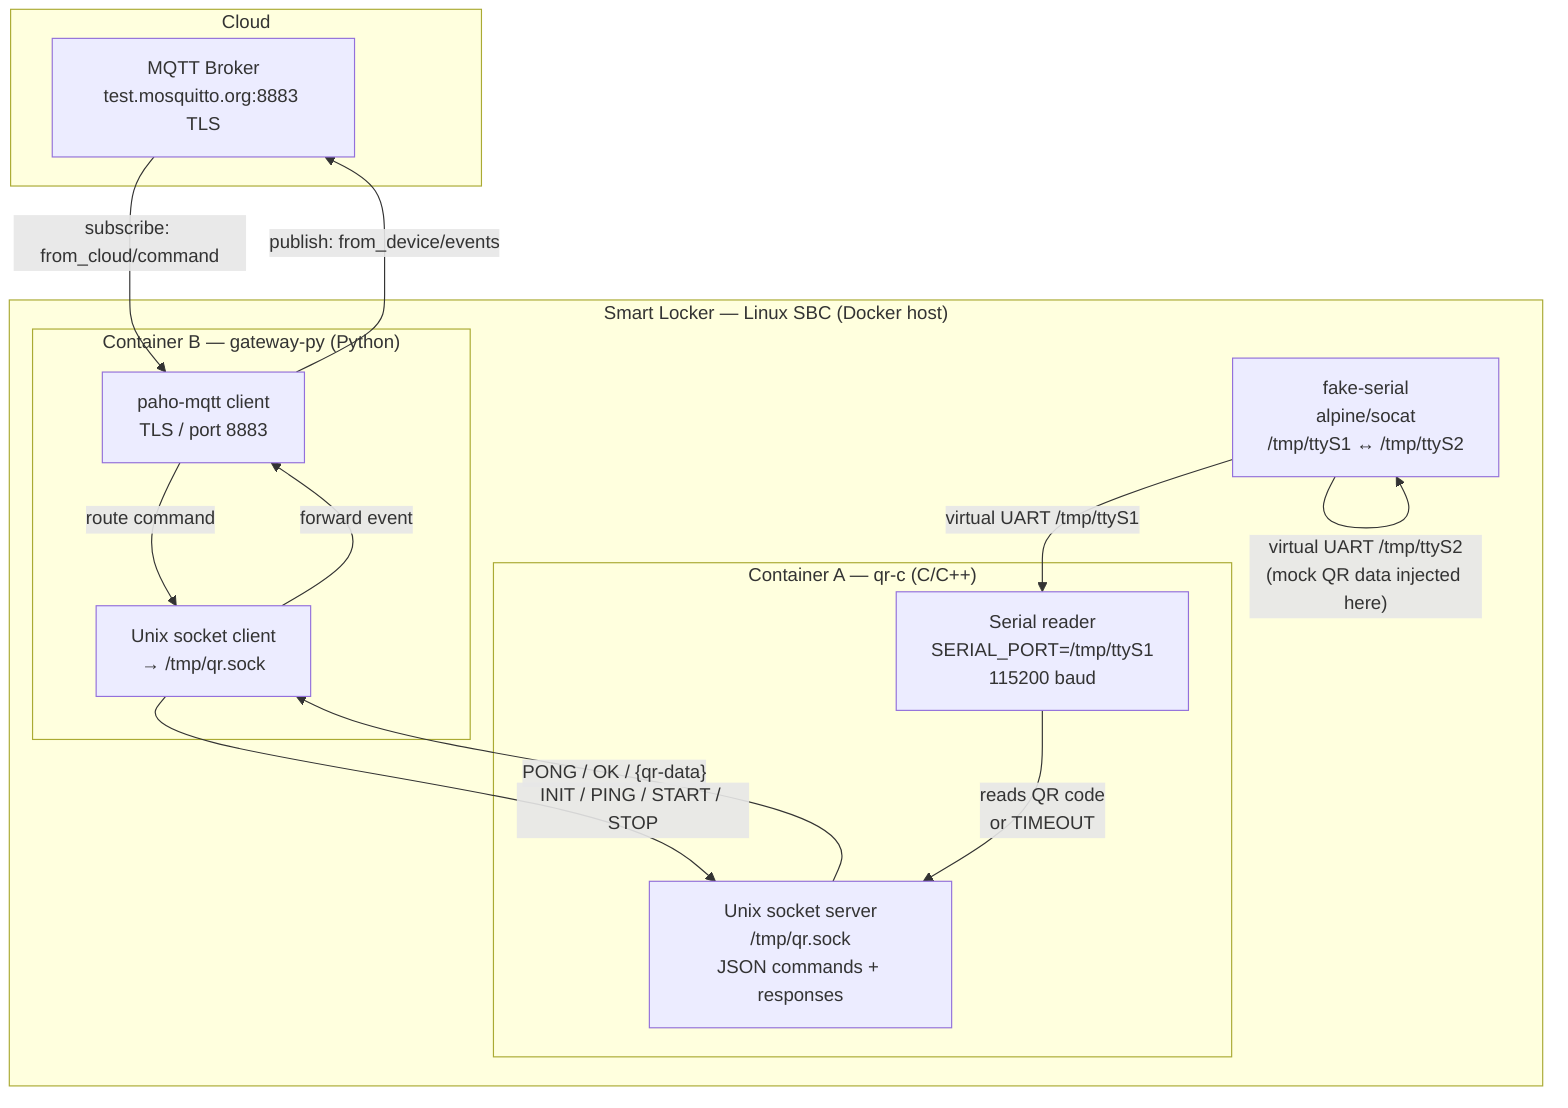
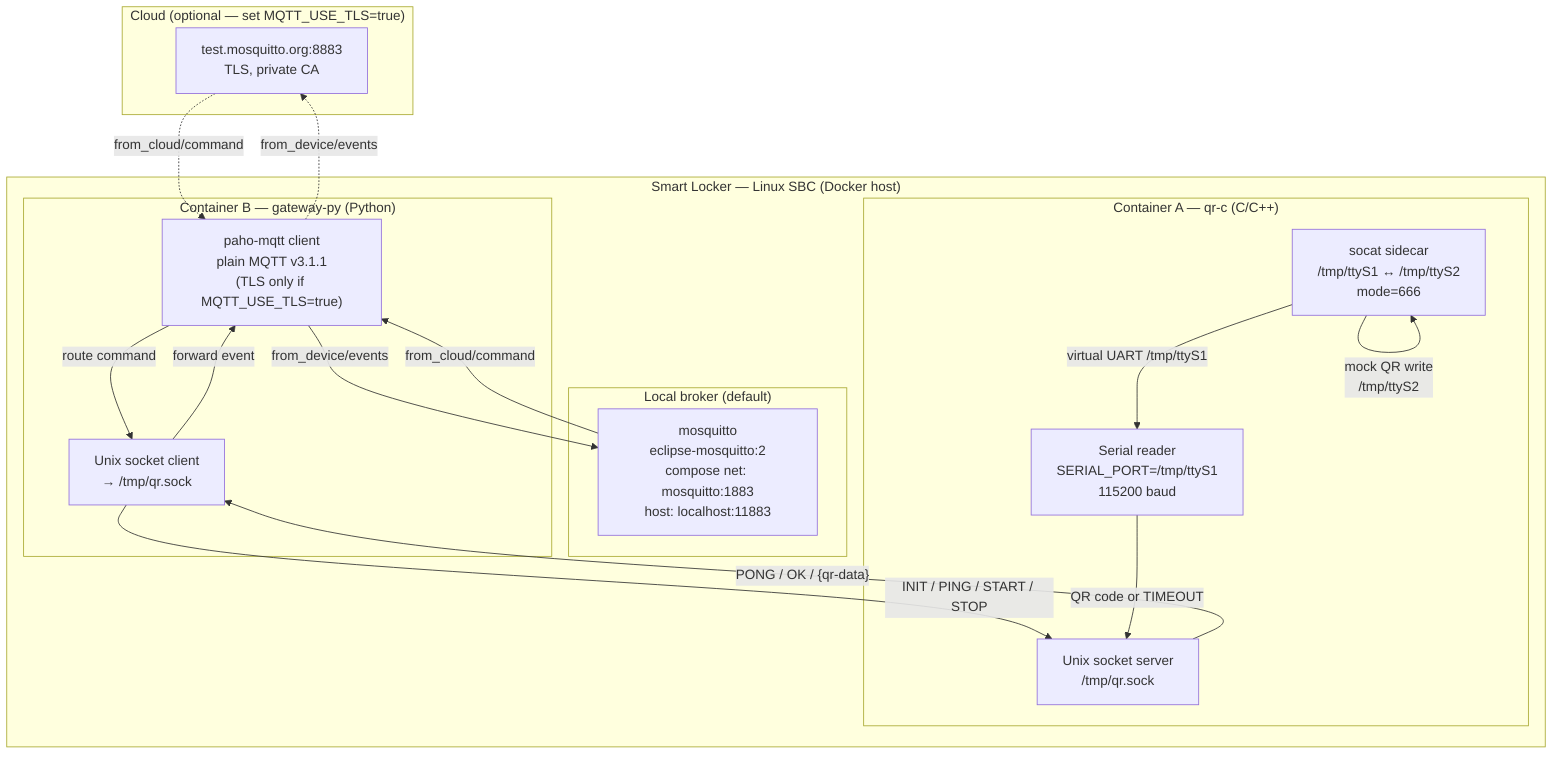
graph TD
-     subgraph cloud["Cloud"]
-         BROKER["MQTT Broker\ntest.mosquitto.org:8883 TLS"]
+     subgraph cloud["Cloud (optional — set MQTT_USE_TLS=true)"]
+         REMOTE["test.mosquitto.org:8883\nTLS, private CA"]
    end

    subgraph device["Smart Locker — Linux SBC (Docker host)"]
-         SOCAT["fake-serial\nalpine/socat\n/tmp/ttyS1 ↔ /tmp/ttyS2"]
+ 
+         subgraph broker_box["Local broker (default)"]
+             BROKER["mosquitto\neclipse-mosquitto:2\ncompose net: mosquitto:1883\nhost: localhost:11883"]
+         end

        subgraph ctnA["Container A — qr-c (C/C++)"]
+             SIDECAR["socat sidecar\n/tmp/ttyS1 ↔ /tmp/ttyS2\nmode=666"]
            SERIAL_RD["Serial reader\nSERIAL_PORT=/tmp/ttyS1\n115200 baud"]
-             SOCK_SRV["Unix socket server\n/tmp/qr.sock\nJSON commands + responses"]
+             SOCK_SRV["Unix socket server\n/tmp/qr.sock"]
        end

        subgraph ctnB["Container B — gateway-py (Python)"]
            SOCK_CLI["Unix socket client\n→ /tmp/qr.sock"]
-             MQTT_CLI["paho-mqtt client\nTLS / port 8883"]
+             MQTT_CLI["paho-mqtt client\nplain MQTT v3.1.1\n(TLS only if MQTT_USE_TLS=true)"]
        end
    end

-     BROKER -- "subscribe: from_cloud/command" --> MQTT_CLI
-     MQTT_CLI -- "publish: from_device/events" --> BROKER
+     BROKER -- "from_cloud/command" --> MQTT_CLI
+     MQTT_CLI -- "from_device/events" --> BROKER

-     SOCAT -- "virtual UART /tmp/ttyS1" --> SERIAL_RD
-     SOCAT -- "virtual UART /tmp/ttyS2\n(mock QR data injected here)" --> SOCAT
+     REMOTE -. "from_cloud/command" .-> MQTT_CLI
+     MQTT_CLI -. "from_device/events" .-> REMOTE
+ 
+     SIDECAR -- "virtual UART /tmp/ttyS1" --> SERIAL_RD
+     SIDECAR -- "mock QR write\n/tmp/ttyS2" --> SIDECAR

    SOCK_SRV -- "PONG / OK / {qr-data}" --> SOCK_CLI
    SOCK_CLI -- "INIT / PING / START / STOP" --> SOCK_SRV

    MQTT_CLI -- "route command" --> SOCK_CLI
    SOCK_CLI -- "forward event" --> MQTT_CLI

-     SERIAL_RD -- "reads QR code\nor TIMEOUT" --> SOCK_SRV
+     SERIAL_RD -- "QR code or TIMEOUT" --> SOCK_SRV
